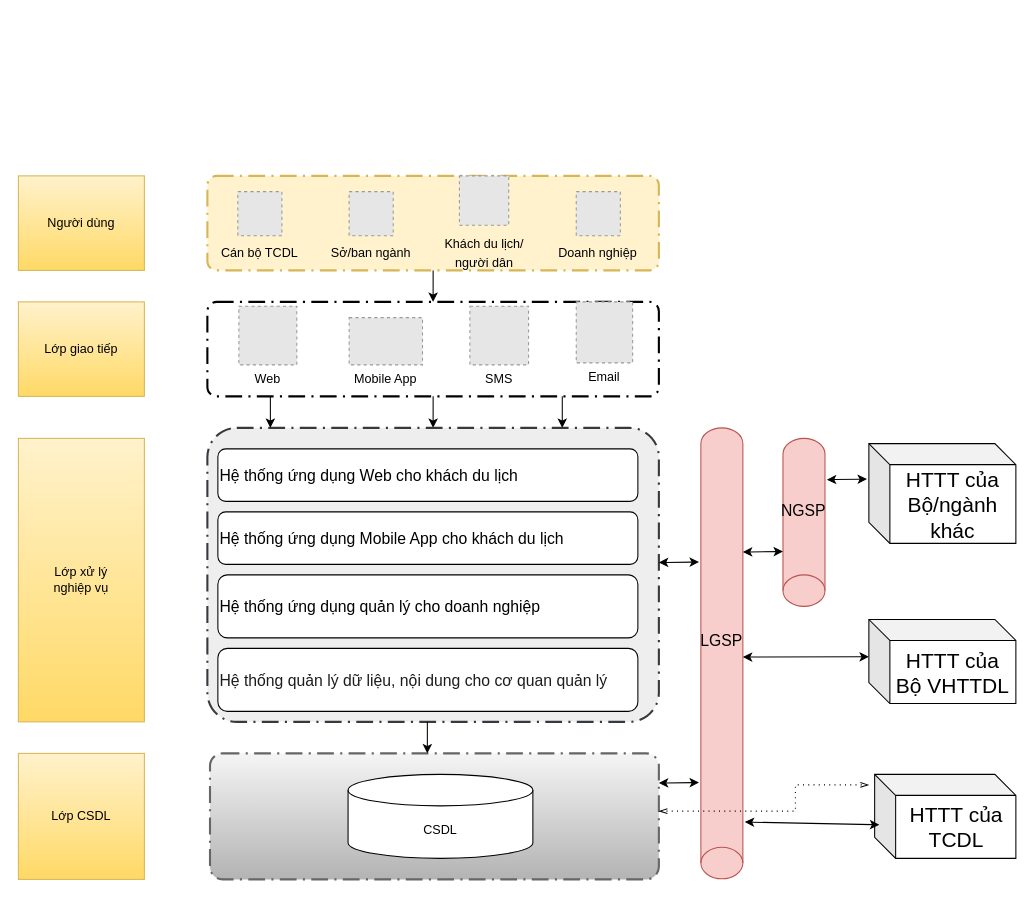
Earlier version of the draw.io diagram page "DU_LICH_THONG_MINH" (4 of 5) of tcdl.drawio (letheanh12345/Draw-io). Source tidied: cells renumbered, new cells numbered last; positions are measured from the earlier drawing's top-left corner, leaving out a move shared by most shapes. Both pictures are drawn from the tidied source at 105%, with x=0, y=0 at pixel (18, 175). Pictures stored in the file or linked from it are replaced by grey dashed boxes.
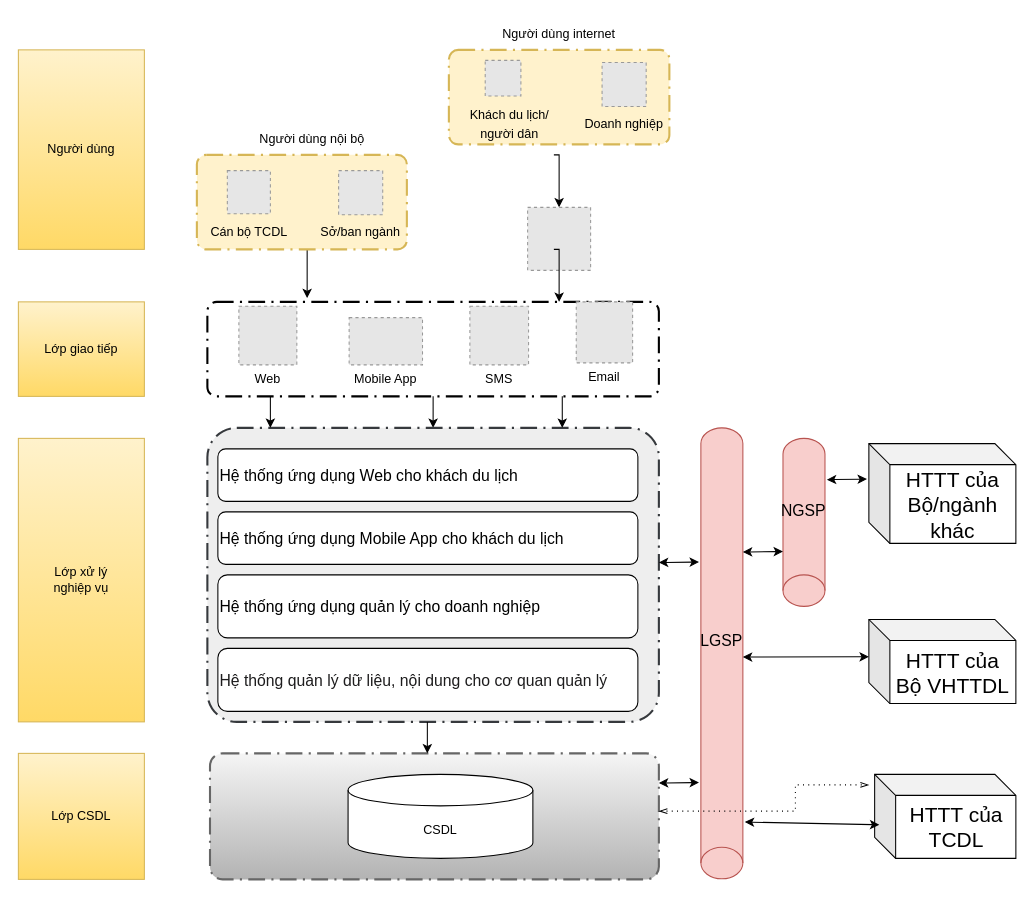
Above is the later version.

Unchanged cells that the change refers to:
```xml
<mxCell id="3" style="points=[[0.25,0,0],[0.5,0,0],[0.75,0,0],[1,0.25,0],[1,0.5,0],[1,0.75,0],[0.75,1,0],[0.5,1,0],[0.25,1,0],[0,0.75,0],[0,0.5,0],[0,0.25,0]];rounded=1;arcSize=10;dashed=1;strokeColor=#000000;fillColor=none;gradientColor=none;dashPattern=8 3 1 3;strokeWidth=2;fontStyle=1;fontSize=20;" parent="1" vertex="1">
  <mxGeometry x="180" y="120" width="430" height="90" as="geometry" />
</mxCell>
```

What changed in the source:
```diff
@@
-    <mxCell id="7" style="edgeStyle=orthogonalEdgeStyle;rounded=0;jettySize=auto;html=1;entryX=0.5;entryY=0;entryDx=0;entryDy=0;entryPerimeter=0;" parent="1" edge="1" source="8" target="3">
-      <mxGeometry relative="1" as="geometry" />
+    <mxCell id="7" style="edgeStyle=orthogonalEdgeStyle;rounded=0;jettySize=auto;html=1;entryX=0.221;entryY=-0.04;entryDx=0;entryDy=0;entryPerimeter=0;" parent="1" edge="1" source="8" target="3">
+      <mxGeometry relative="1" as="geometry">
+        <Array as="points">
+          <mxPoint x="275" y="10" />
+          <mxPoint x="275" y="10" />
+        </Array>
+      </mxGeometry>
     </mxCell>
     <mxCell id="8" style="points=[[0.25,0,0],[0.5,0,0],[0.75,0,0],[1,0.25,0],[1,0.5,0],[1,0.75,0],[0.75,1,0],[0.5,1,0],[0.25,1,0],[0,0.75,0],[0,0.5,0],[0,0.25,0]];rounded=1;arcSize=10;dashed=1;strokeColor=#d6b656;fillColor=#fff2cc;dashPattern=8 3 1 3;strokeWidth=2;fontStyle=1;fontSize=20;" parent="1" vertex="1">
-      <mxGeometry x="180" width="430" height="90" as="geometry" />
+      <mxGeometry x="170" y="-20" width="200" height="90" as="geometry" />
     </mxCell>
     <mxCell id="9" style="fillColor=#E6E6E6;strokeColor=#999999;dashed=1;verticalLabelPosition=bottom;labelBackgroundColor=default;verticalAlign=top;" parent="1" vertex="1">
-      <mxGeometry x="209" y="15" width="42" height="42" as="geometry" />
+      <mxGeometry x="199" y="-5" width="41" height="41" as="geometry" />
     </mxCell>
@@
     <mxCell id="14" value="Người dùng" style="rounded=0;whiteSpace=wrap;html=1;fillColor=#fff2cc;gradientColor=#ffd966;strokeColor=#d6b656;" parent="1" vertex="1">
-      <mxGeometry width="120" height="90" as="geometry" />
+      <mxGeometry y="-120" width="120" height="190" as="geometry" />
     </mxCell>
@@
-    <mxCell id="21" style="fillColor=#E6E6E6;strokeColor=#999999;dashed=1;verticalLabelPosition=bottom;labelBackgroundColor=default;verticalAlign=top;" parent="1" vertex="1">
-      <mxGeometry x="531.3" y="15" width="42" height="42" as="geometry" />
-    </mxCell>
     <mxCell id="22" style="fillColor=#E6E6E6;strokeColor=#999999;dashed=1;verticalLabelPosition=bottom;labelBackgroundColor=default;verticalAlign=top;" parent="1" vertex="1">
-      <mxGeometry x="315" y="15" width="42" height="42" as="geometry" />
+      <mxGeometry x="305" y="-5" width="42" height="42" as="geometry" />
     </mxCell>
@@
-    <mxCell id="24" style="fillColor=#E6E6E6;strokeColor=#999999;dashed=1;verticalLabelPosition=bottom;labelBackgroundColor=default;verticalAlign=top;" parent="1" vertex="1">
-      <mxGeometry x="420" width="47" height="47" as="geometry" />
-    </mxCell>
@@
     <mxCell id="28" value="&lt;font style=&quot;font-size: 12px;&quot;&gt;Cán bộ TCDL&lt;/font&gt;" style="text;html=1;strokeColor=none;fillColor=none;align=center;verticalAlign=middle;whiteSpace=wrap;rounded=0;fontSize=15;" parent="1" vertex="1">
-      <mxGeometry x="183.8" y="57" width="92.4" height="30" as="geometry" />
+      <mxGeometry x="173.8" y="37" width="92.4" height="30" as="geometry" />
     </mxCell>
     <mxCell id="29" value="&lt;font style=&quot;font-size: 12px;&quot;&gt;Sở/ban ngành&lt;/font&gt;" style="text;html=1;strokeColor=none;fillColor=none;align=center;verticalAlign=middle;whiteSpace=wrap;rounded=0;fontSize=15;" parent="1" vertex="1">
-      <mxGeometry x="293" y="57" width="86" height="30" as="geometry" />
+      <mxGeometry x="283" y="37" width="86" height="30" as="geometry" />
     </mxCell>
-    <mxCell id="30" value="&lt;font style=&quot;font-size: 12px;&quot;&gt;Khách du lịch/ người dân&lt;/font&gt;" style="text;html=1;strokeColor=none;fillColor=none;align=center;verticalAlign=middle;whiteSpace=wrap;rounded=0;fontSize=15;" parent="1" vertex="1">
-      <mxGeometry x="393.5" y="57" width="100" height="30" as="geometry" />
-    </mxCell>
-    <mxCell id="31" value="&lt;font style=&quot;font-size: 12px;&quot;&gt;Doanh nghiệp&lt;/font&gt;" style="text;html=1;strokeColor=none;fillColor=none;align=center;verticalAlign=middle;whiteSpace=wrap;rounded=0;fontSize=15;" parent="1" vertex="1">
-      <mxGeometry x="507.3" y="57" width="90" height="30" as="geometry" />
-    </mxCell>
@@
+    <mxCell id="44" value="Người dùng nội bộ" style="text;html=1;strokeColor=none;fillColor=none;align=center;verticalAlign=middle;whiteSpace=wrap;rounded=0;" parent="1" vertex="1">
+      <mxGeometry x="190" y="-50" width="180" height="30" as="geometry" />
+    </mxCell>
+    <mxCell id="45" style="edgeStyle=orthogonalEdgeStyle;rounded=0;jettySize=auto;html=1;entryX=0.5;entryY=0;entryDx=0;entryDy=0;" parent="1" edge="1" target="50">
+      <mxGeometry relative="1" as="geometry">
+        <mxPoint x="510" y="-20" as="sourcePoint" />
+        <Array as="points">
+          <mxPoint x="515" y="-20" />
+        </Array>
+      </mxGeometry>
+    </mxCell>
+    <mxCell id="46" style="rounded=1;arcSize=10;dashed=1;strokeColor=#d6b656;fillColor=#fff2cc;dashPattern=8 3 1 3;strokeWidth=2;fontStyle=1;fontSize=20;" parent="1" vertex="1">
+      <mxGeometry x="410" y="-120" width="210" height="90" as="geometry" />
+    </mxCell>
+    <mxCell id="47" style="fillColor=#E6E6E6;strokeColor=#999999;dashed=1;verticalLabelPosition=bottom;labelBackgroundColor=default;verticalAlign=top;" parent="1" vertex="1">
+      <mxGeometry x="555.9" y="-108" width="42" height="42" as="geometry" />
+    </mxCell>
+    <mxCell id="48" style="fillColor=#E6E6E6;strokeColor=#999999;dashed=1;verticalLabelPosition=bottom;labelBackgroundColor=default;verticalAlign=top;" parent="1" vertex="1">
+      <mxGeometry x="444.6" y="-110" width="34" height="34" as="geometry" />
+    </mxCell>
+    <mxCell id="30" value="&lt;font style=&quot;font-size: 12px;&quot;&gt;Khách du lịch/ người dân&lt;/font&gt;" style="text;html=1;strokeColor=none;fillColor=none;align=center;verticalAlign=middle;whiteSpace=wrap;rounded=0;fontSize=15;" parent="1" vertex="1">
+      <mxGeometry x="418.1" y="-66" width="100" height="30" as="geometry" />
+    </mxCell>
+    <mxCell id="31" value="&lt;font style=&quot;font-size: 12px;&quot;&gt;Doanh nghiệp&lt;/font&gt;" style="text;html=1;strokeColor=none;fillColor=none;align=center;verticalAlign=middle;whiteSpace=wrap;rounded=0;fontSize=15;" parent="1" vertex="1">
+      <mxGeometry x="531.9" y="-66" width="90" height="30" as="geometry" />
+    </mxCell>
+    <mxCell id="49" value="Người dùng internet" style="text;html=1;strokeColor=none;fillColor=none;align=center;verticalAlign=middle;whiteSpace=wrap;rounded=0;" parent="1" vertex="1">
+      <mxGeometry x="425" y="-150" width="180" height="30" as="geometry" />
+    </mxCell>
+    <mxCell id="50" style="fillColor=#E6E6E6;strokeColor=#999999;dashed=1;verticalLabelPosition=bottom;labelBackgroundColor=default;verticalAlign=top;" parent="1" vertex="1">
+      <mxGeometry x="485" y="30" width="60" height="60" as="geometry" />
+    </mxCell>
+    <mxCell id="51" style="edgeStyle=orthogonalEdgeStyle;rounded=0;orthogonalLoop=1;jettySize=auto;html=1;entryX=0.5;entryY=0;entryDx=0;entryDy=0;" parent="1" edge="1">
+      <mxGeometry relative="1" as="geometry">
+        <mxPoint x="510" y="70" as="sourcePoint" />
+        <mxPoint x="515" y="120" as="targetPoint" />
+        <Array as="points">
+          <mxPoint x="515" y="70" />
+        </Array>
+      </mxGeometry>
+    </mxCell>
```
